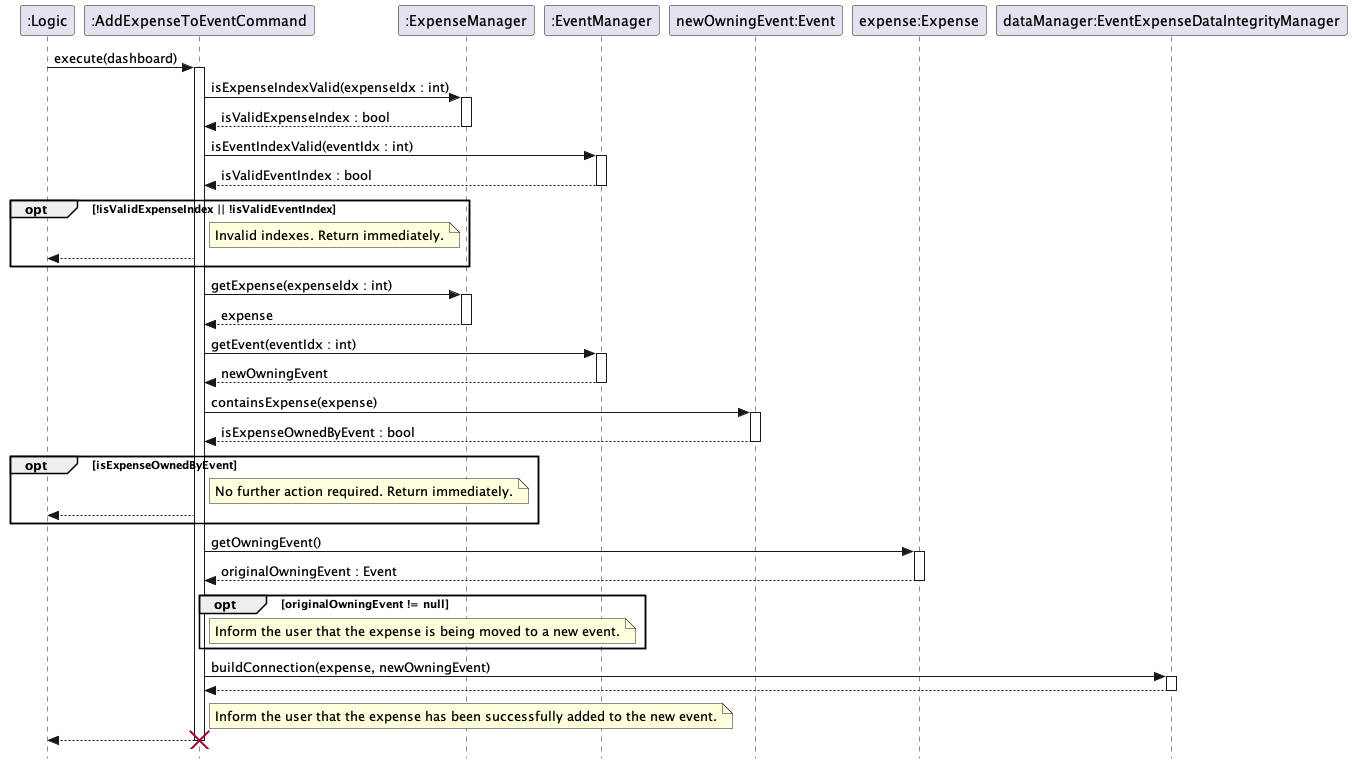
Above: docs/images/executeAddExpenseToEventCommand.png in JianJiaT/tp (PlantUML), before the change.
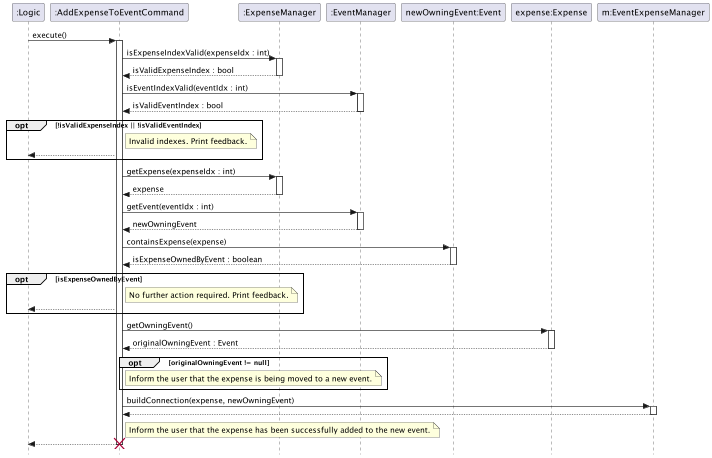
Later version of the same file.

Commit message:
Fix diagram bugs

The edit, as a diff of the source:
```diff
@@ -7,10 +7,10 @@
 participant ":EventManager" as EventManager
 participant "newOwningEvent:Event" as noe
 participant "expense:Expense" as Expense
-participant "dataManager:EventExpenseDataIntegrityManager" as dataManager
+participant "m:EventExpenseManager" as dataManager
 
 
-Logic -> Command: execute(dashboard)
+Logic -> Command: execute()
 activate Command
 
 Command -> ExpenseManager: isExpenseIndexValid(expenseIdx : int)
@@ -25,7 +25,7 @@
 
 opt !isValidExpenseIndex || !isValidEventIndex
     note right of Command
-        Invalid indexes. Return immediately.
+        Invalid indexes. Print feedback.
     end note
     Command --> Logic:
 end
@@ -42,12 +42,12 @@
 
 Command -> noe : containsExpense(expense)
 activate noe
-noe --> Command: isExpenseOwnedByEvent : bool
+noe --> Command: isExpenseOwnedByEvent : boolean
 deactivate noe
 
 opt isExpenseOwnedByEvent
     note right of Command
-        No further action required. Return immediately.
+        No further action required. Print feedback.
     end note
     Command --> Logic:
 end
```
